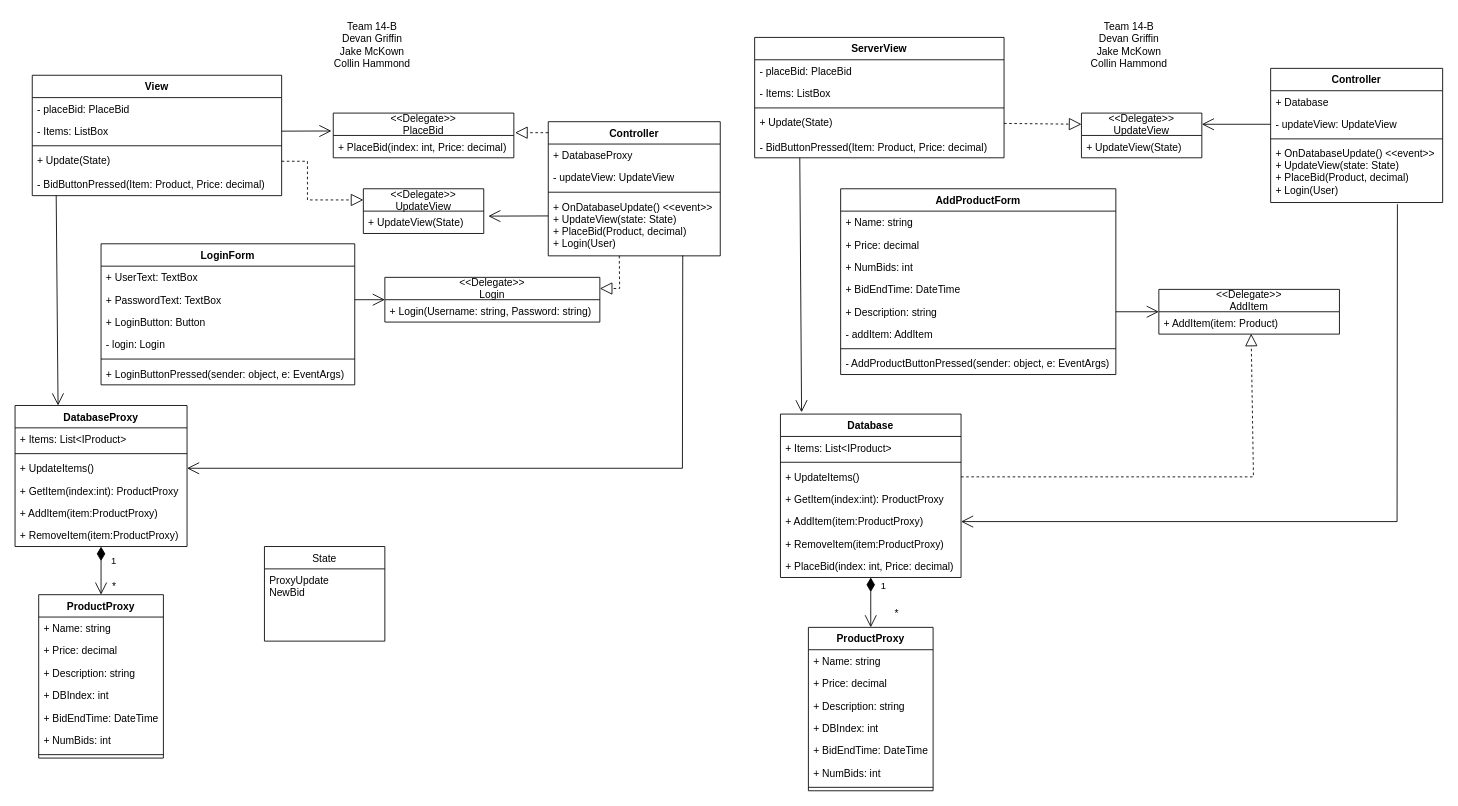
The draw.io diagram page "Client UML Start" (1 of 4) of Project4-Diagrams.drawio in CoHammo/Bid501-Team14B, before the edit. Source tidied: cells renumbered, new cells numbered last; positions are measured from the earlier drawing's top-left corner, leaving out a move shared by most shapes. Both pictures are drawn from the tidied source at 86%, with x=0, y=0 at pixel (15, 15).
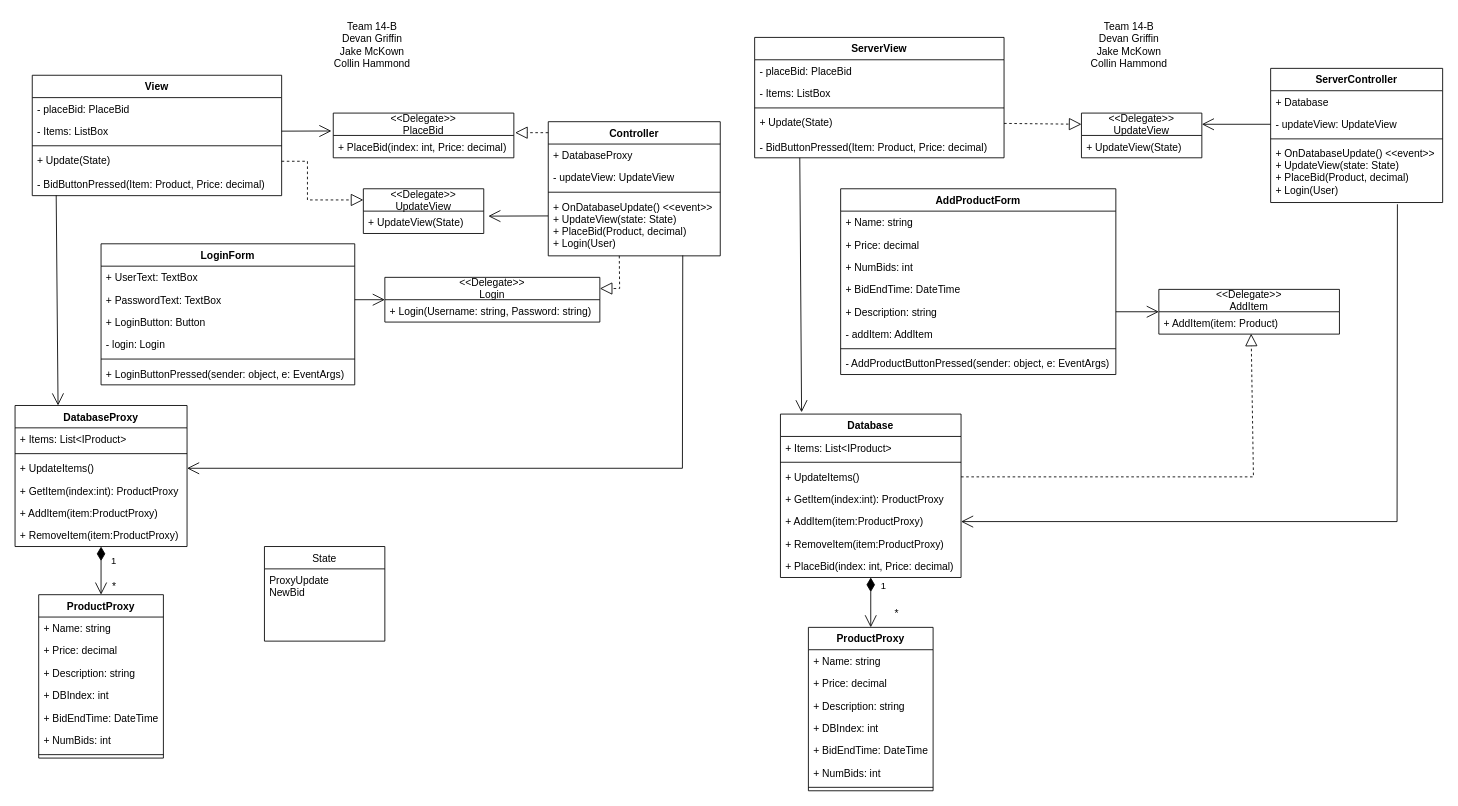
After the change.

Diff of the diagram source:
```diff
@@
-    <mxCell id="79" value="Controller" style="swimlane;fontStyle=1;align=center;verticalAlign=top;horizontal=1;startSize=26;" parent="1" vertex="1">
+    <mxCell id="79" value="ServerController" style="swimlane;fontStyle=1;align=center;verticalAlign=top;horizontal=1;startSize=26;" parent="1" vertex="1">
       <mxGeometry x="1460" y="62" width="200" height="156" as="geometry" />
     </mxCell>
```
